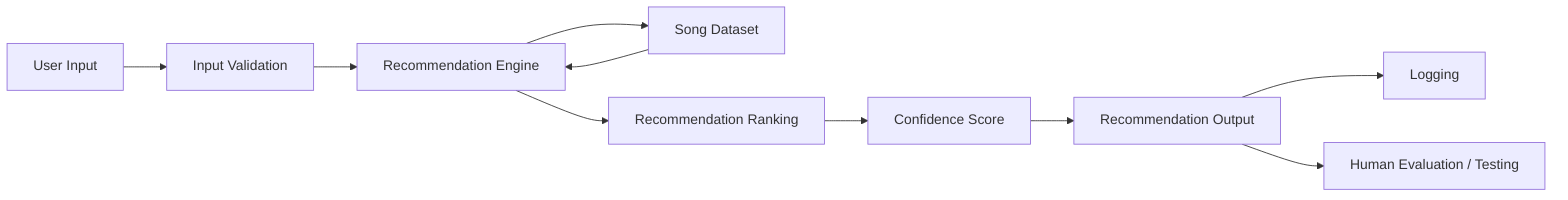
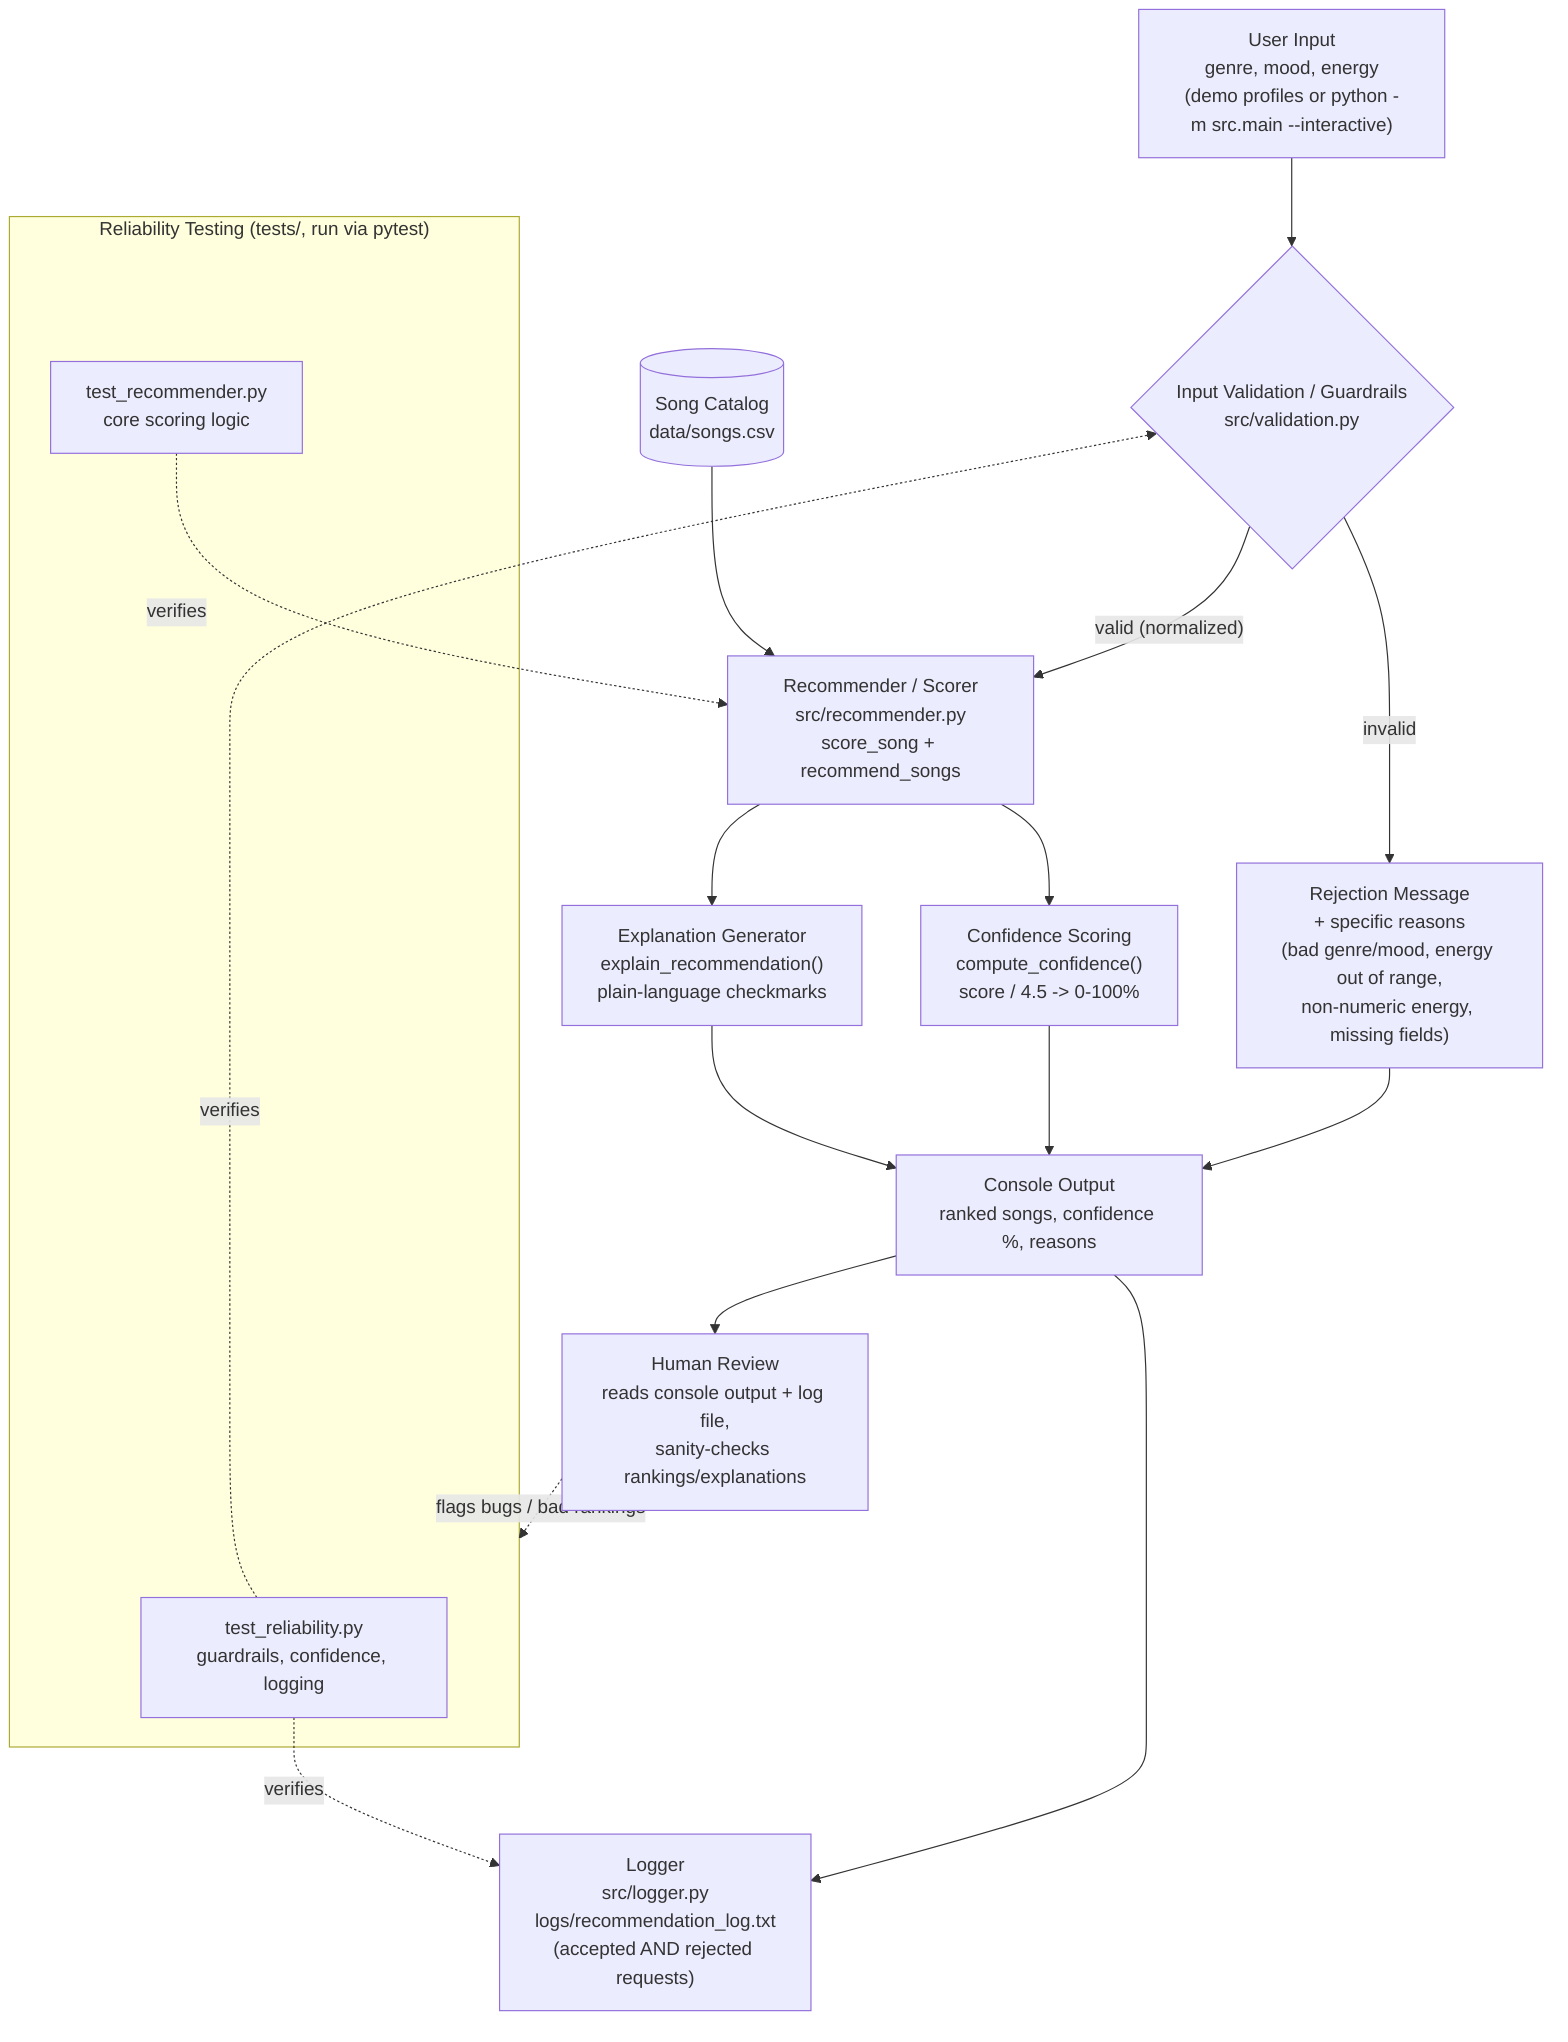
- flowchart LR
+ flowchart TD
+     U["User Input<br/>genre, mood, energy<br/>(demo profiles or python -m src.main --interactive)"]

- A[User Input]
+     U --> V{"Input Validation / Guardrails<br/>src/validation.py"}

- --> B[Input Validation]
+     CAT[("Song Catalog<br/>data/songs.csv")]

- B --> C[Recommendation Engine]
+     V -->|"invalid"| REJ["Rejection Message<br/>+ specific reasons<br/>(bad genre/mood, energy out of range,<br/>non-numeric energy, missing fields)"]
+     V -->|"valid (normalized)"| SC["Recommender / Scorer<br/>src/recommender.py<br/>score_song + recommend_songs"]

- C --> D[Song Dataset]
+     CAT --> SC

- D --> C
+     SC --> CONF["Confidence Scoring<br/>compute_confidence()<br/>score / 4.5 -> 0-100%"]
+     SC --> EXP["Explanation Generator<br/>explain_recommendation()<br/>plain-language checkmarks"]

- C --> E[Recommendation Ranking]
+     CONF --> OUT["Console Output<br/>ranked songs, confidence %, reasons"]
+     EXP --> OUT
+     REJ --> OUT

- E --> F[Confidence Score]
+     OUT --> LOG["Logger<br/>src/logger.py<br/>logs/recommendation_log.txt<br/>(accepted AND rejected requests)"]

- F --> G[Recommendation Output]
+     OUT --> HUMAN["Human Review<br/>reads console output + log file,<br/>sanity-checks rankings/explanations"]

- G --> H[Logging]
+     subgraph TEST["Reliability Testing (tests/, run via pytest)"]
+         T1["test_reliability.py<br/>guardrails, confidence, logging"]
+         T2["test_recommender.py<br/>core scoring logic"]
+     end

- G --> I[Human Evaluation / Testing]
- 
+     T1 -. "verifies" .-> V
+     T1 -. "verifies" .-> LOG
+     T2 -. "verifies" .-> SC
+     HUMAN -. "flags bugs / bad rankings" .-> TEST
